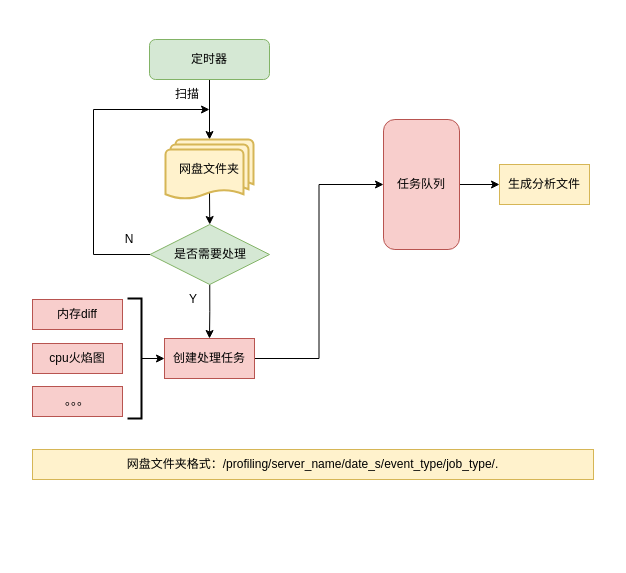
This is profiling_service.drawio from yunxuo/drawio, a draw.io file, before an edit. Source tidied: cells renumbered, new cells numbered last; positions are measured from the earlier drawing's top-left corner, leaving out a move shared by most shapes. Both pictures are drawn from the tidied source at 100%, with x=0, y=0 at pixel (32, 39).
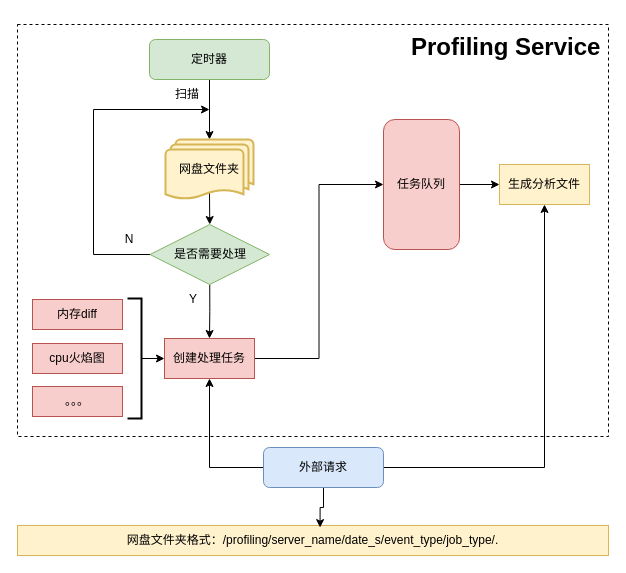
The same page after the edit.

Unchanged cells that the change refers to:
```xml
<mxCell id="16" value="生成分析文件" style="rounded=0;whiteSpace=wrap;html=1;fillColor=#fff2cc;strokeColor=#d6b656;" parent="1" vertex="1">
  <mxGeometry x="467" y="125" width="90" height="40" as="geometry" />
</mxCell>
<mxCell id="18" value="创建处理任务" style="rounded=0;whiteSpace=wrap;html=1;fillColor=#f8cecc;strokeColor=#b85450;" parent="1" vertex="1">
  <mxGeometry x="132" y="299" width="90" height="40" as="geometry" />
</mxCell>
```

What changed in the source:
```diff
@@
+    <mxCell id="23" style="rounded=0;whiteSpace=wrap;html=1;fillColor=#FFFFFF;dashed=1;" parent="1" vertex="1">
+      <mxGeometry x="-15" y="-15" width="591" height="412" as="geometry" />
+    </mxCell>
@@
     <mxCell id="22" value="网盘文件夹格式：/profiling/server_name/date_s/event_type/job_type/." style="rounded=0;whiteSpace=wrap;html=1;fillColor=#fff2cc;strokeColor=#d6b656;" parent="1" vertex="1">
-      <mxGeometry y="410" width="561" height="30" as="geometry" />
+      <mxGeometry x="-15" y="486" width="591" height="30" as="geometry" />
     </mxCell>
+    <mxCell id="24" style="edgeStyle=orthogonalEdgeStyle;rounded=0;jettySize=auto;html=1;exitX=1;exitY=0.5;exitDx=0;exitDy=0;entryX=0.5;entryY=1;entryDx=0;entryDy=0;" parent="1" edge="1" source="27" target="16">
+      <mxGeometry relative="1" as="geometry" />
+    </mxCell>
+    <mxCell id="25" style="edgeStyle=orthogonalEdgeStyle;rounded=0;jettySize=auto;html=1;exitX=0;exitY=0.5;exitDx=0;exitDy=0;entryX=0.5;entryY=1;entryDx=0;entryDy=0;" parent="1" edge="1" source="27" target="18">
+      <mxGeometry relative="1" as="geometry" />
+    </mxCell>
+    <mxCell id="26" style="edgeStyle=orthogonalEdgeStyle;rounded=0;jettySize=auto;html=1;exitX=0.5;exitY=1;exitDx=0;exitDy=0;entryX=0.512;entryY=0.07;entryDx=0;entryDy=0;entryPerimeter=0;" parent="1" edge="1" source="27" target="22">
+      <mxGeometry relative="1" as="geometry" />
+    </mxCell>
+    <mxCell id="27" value="外部请求" style="rounded=1;whiteSpace=wrap;html=1;fontSize=12;glass=0;strokeWidth=1;shadow=0;fillColor=#dae8fc;strokeColor=#6c8ebf;" parent="1" vertex="1">
+      <mxGeometry x="231" y="408" width="120" height="40" as="geometry" />
+    </mxCell>
+    <mxCell id="28" value="&lt;h1&gt;Profiling Service&lt;/h1&gt;" style="text;html=1;strokeColor=none;fillColor=none;spacing=5;spacingTop=-20;whiteSpace=wrap;overflow=hidden;rounded=0;dashed=1;" parent="1" vertex="1">
+      <mxGeometry x="374" y="-12" width="202" height="52" as="geometry" />
+    </mxCell>
```
